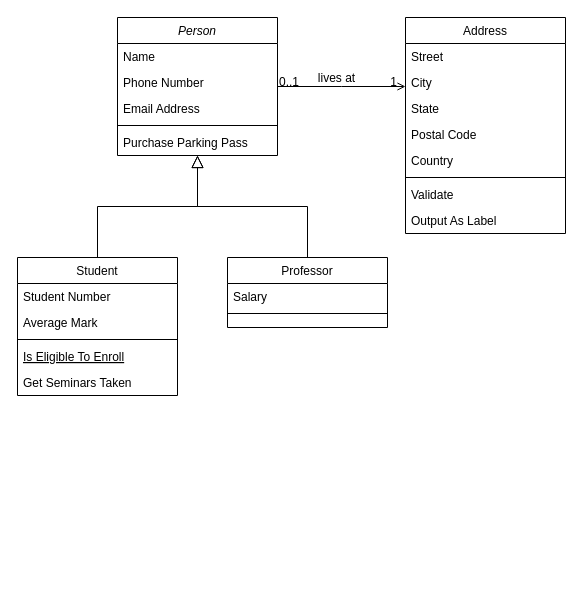
Above: examples/未命名绘图.drawio in etimeman/planeui (draw.io), before the change. Source tidied: cells renumbered, new cells numbered last; positions are measured from the earlier drawing's top-left corner, leaving out a move shared by most shapes. Both pictures are drawn from the tidied source at 100%, with x=0, y=0 at pixel (17, 17).
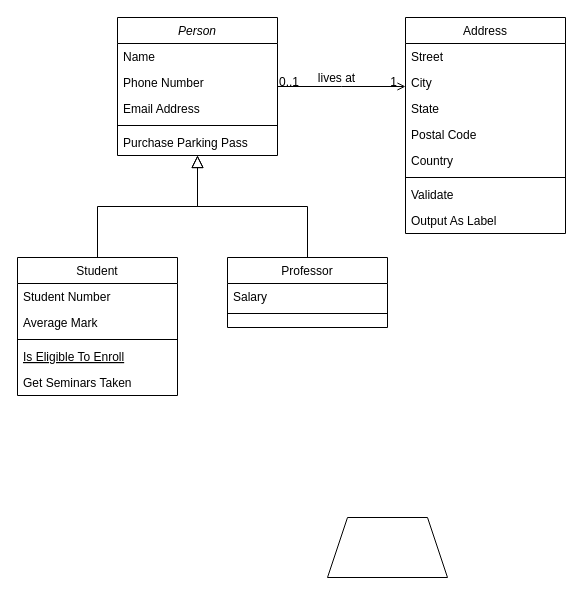
The same diagram, later.

Commit message:
更新未命名绘图.drawio

The edit, as a diff of the source:
```diff
@@
+    <mxCell id="32" style="shape=trapezoid;perimeter=trapezoidPerimeter;whiteSpace=wrap;html=1;fixedSize=1;" parent="1" vertex="1">
+      <mxGeometry x="310" y="500" width="120" height="60" as="geometry" />
+    </mxCell>
```
